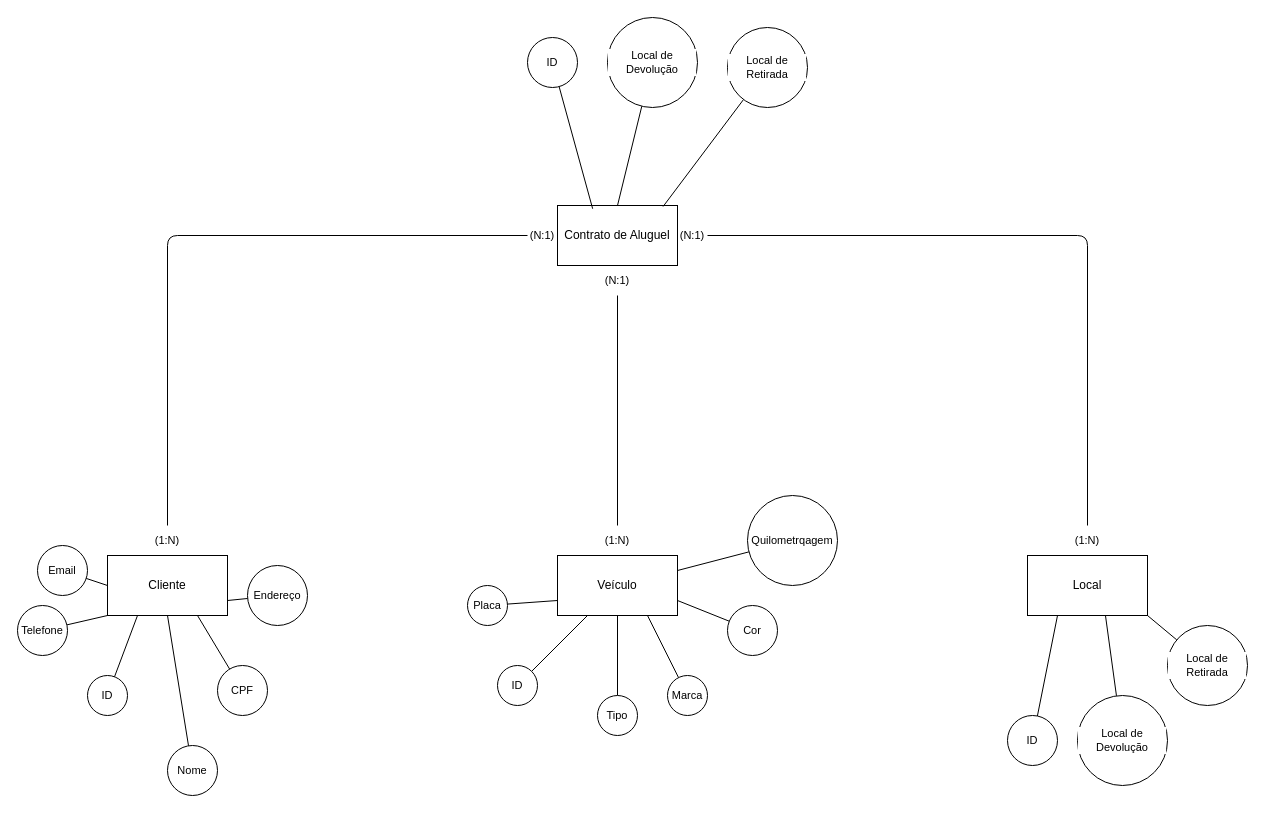
Above: page "Sistema de Aluguel de Carros" (1 of 3) of BD/exercicios_DER_2.drawio in marcel-aita/DEVNOITE (draw.io), before the change. Source tidied: cells renumbered, new cells numbered last; positions are measured from the earlier drawing's top-left corner, leaving out a move shared by most shapes. Both pictures are drawn from the tidied source at 100%, with x=0, y=0 at pixel (17, 17).
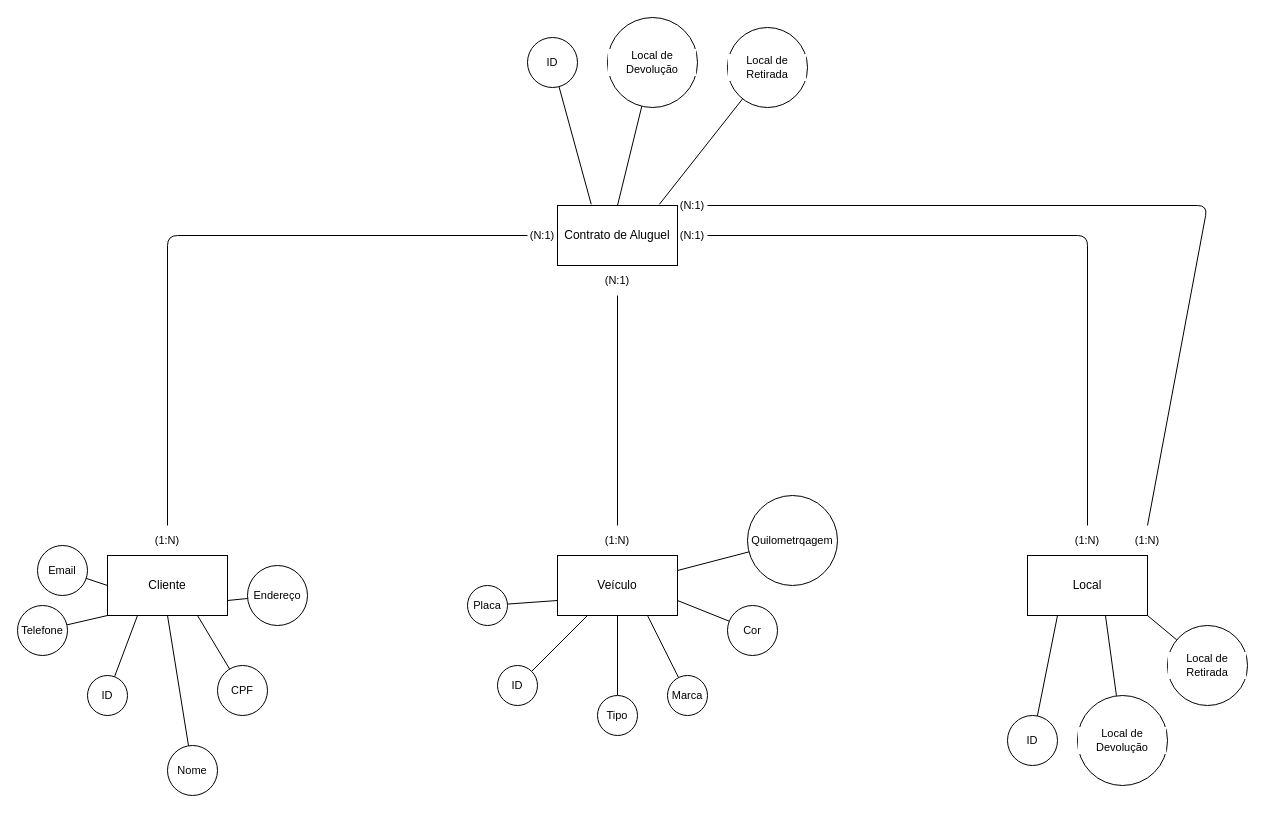
The same page after the edit.

Unchanged cells that the change refers to:
```xml
<mxCell id="9" value="Contrato de Aluguel" style="rounded=0;whiteSpace=wrap;html=1;" parent="1" vertex="1">
  <mxGeometry x="540" y="188" width="120" height="60" as="geometry" />
</mxCell>
<mxCell id="22" value="Local" style="rounded=0;whiteSpace=wrap;html=1;" parent="1" vertex="1">
  <mxGeometry x="1010" y="538" width="120" height="60" as="geometry" />
</mxCell>
<mxCell id="54" value="ID" style="ellipse;whiteSpace=wrap;html=1;strokeColor=default;align=center;verticalAlign=middle;fontFamily=Helvetica;fontSize=11;fontColor=default;labelBackgroundColor=default;fillColor=default;" parent="1" vertex="1">
  <mxGeometry x="510" y="20" width="50" height="50" as="geometry" />
</mxCell>
<mxCell id="56" value="Local de Retirada" style="ellipse;whiteSpace=wrap;html=1;strokeColor=default;align=center;verticalAlign=middle;fontFamily=Helvetica;fontSize=11;fontColor=default;labelBackgroundColor=default;fillColor=default;" parent="1" vertex="1">
  <mxGeometry x="710" y="10" width="80" height="80" as="geometry" />
</mxCell>
```

What changed in the source:
```diff
@@
+    <mxCell id="57" style="edgeStyle=none;html=1;exitX=1;exitY=0;exitDx=0;exitDy=0;entryX=0;entryY=0.5;entryDx=0;entryDy=0;endArrow=none;endFill=0;" parent="1" edge="1" source="9" target="59">
+      <mxGeometry relative="1" as="geometry" />
+    </mxCell>
@@
+    <mxCell id="58" style="edgeStyle=none;html=1;exitX=1;exitY=0;exitDx=0;exitDy=0;entryX=0.5;entryY=1;entryDx=0;entryDy=0;endArrow=none;endFill=0;" parent="1" edge="1" source="22" target="60">
+      <mxGeometry relative="1" as="geometry" />
+    </mxCell>
@@
-    <mxCell id="51" style="edgeStyle=none;shape=connector;rounded=1;html=1;strokeColor=default;align=center;verticalAlign=middle;fontFamily=Helvetica;fontSize=11;fontColor=default;labelBackgroundColor=default;endArrow=none;endFill=0;entryX=0.293;entryY=0.054;entryDx=0;entryDy=0;entryPerimeter=0;" parent="1" edge="1" source="54" target="9">
+    <mxCell id="51" style="edgeStyle=none;shape=connector;rounded=1;html=1;strokeColor=default;align=center;verticalAlign=middle;fontFamily=Helvetica;fontSize=11;fontColor=default;labelBackgroundColor=default;endArrow=none;endFill=0;entryX=0.281;entryY=-0.02;entryDx=0;entryDy=0;entryPerimeter=0;" parent="1" edge="1" source="54" target="9">
       <mxGeometry relative="1" as="geometry" />
     </mxCell>
@@
-    <mxCell id="53" style="edgeStyle=none;shape=connector;rounded=1;html=1;exitX=0.88;exitY=0.017;exitDx=0;exitDy=0;strokeColor=default;align=center;verticalAlign=middle;fontFamily=Helvetica;fontSize=11;fontColor=default;labelBackgroundColor=default;endArrow=none;endFill=0;exitPerimeter=0;" parent="1" edge="1" source="9" target="56">
+    <mxCell id="53" style="edgeStyle=none;shape=connector;rounded=1;html=1;exitX=0.849;exitY=-0.02;exitDx=0;exitDy=0;strokeColor=default;align=center;verticalAlign=middle;fontFamily=Helvetica;fontSize=11;fontColor=default;labelBackgroundColor=default;endArrow=none;endFill=0;exitPerimeter=0;" parent="1" edge="1" source="9" target="56">
       <mxGeometry relative="1" as="geometry" />
     </mxCell>
@@
+    <mxCell id="59" value="(N:1)" style="text;html=1;align=center;verticalAlign=middle;whiteSpace=wrap;rounded=0;fontFamily=Helvetica;fontSize=11;fontColor=default;labelBackgroundColor=default;" parent="1" vertex="1">
+      <mxGeometry x="660" y="173" width="30" height="30" as="geometry" />
+    </mxCell>
+    <mxCell id="60" value="(1:N)" style="text;html=1;align=center;verticalAlign=middle;whiteSpace=wrap;rounded=0;fontFamily=Helvetica;fontSize=11;fontColor=default;labelBackgroundColor=default;" parent="1" vertex="1">
+      <mxGeometry x="1100" y="508" width="60" height="30" as="geometry" />
+    </mxCell>
+    <mxCell id="61" style="edgeStyle=none;shape=connector;rounded=1;html=1;exitX=0.5;exitY=0;exitDx=0;exitDy=0;strokeColor=default;align=center;verticalAlign=middle;fontFamily=Helvetica;fontSize=11;fontColor=default;labelBackgroundColor=default;endArrow=none;endFill=0;" parent="1" edge="1" source="60" target="59">
+      <mxGeometry relative="1" as="geometry">
+        <Array as="points">
+          <mxPoint x="1190" y="188" />
+        </Array>
+      </mxGeometry>
+    </mxCell>
```
